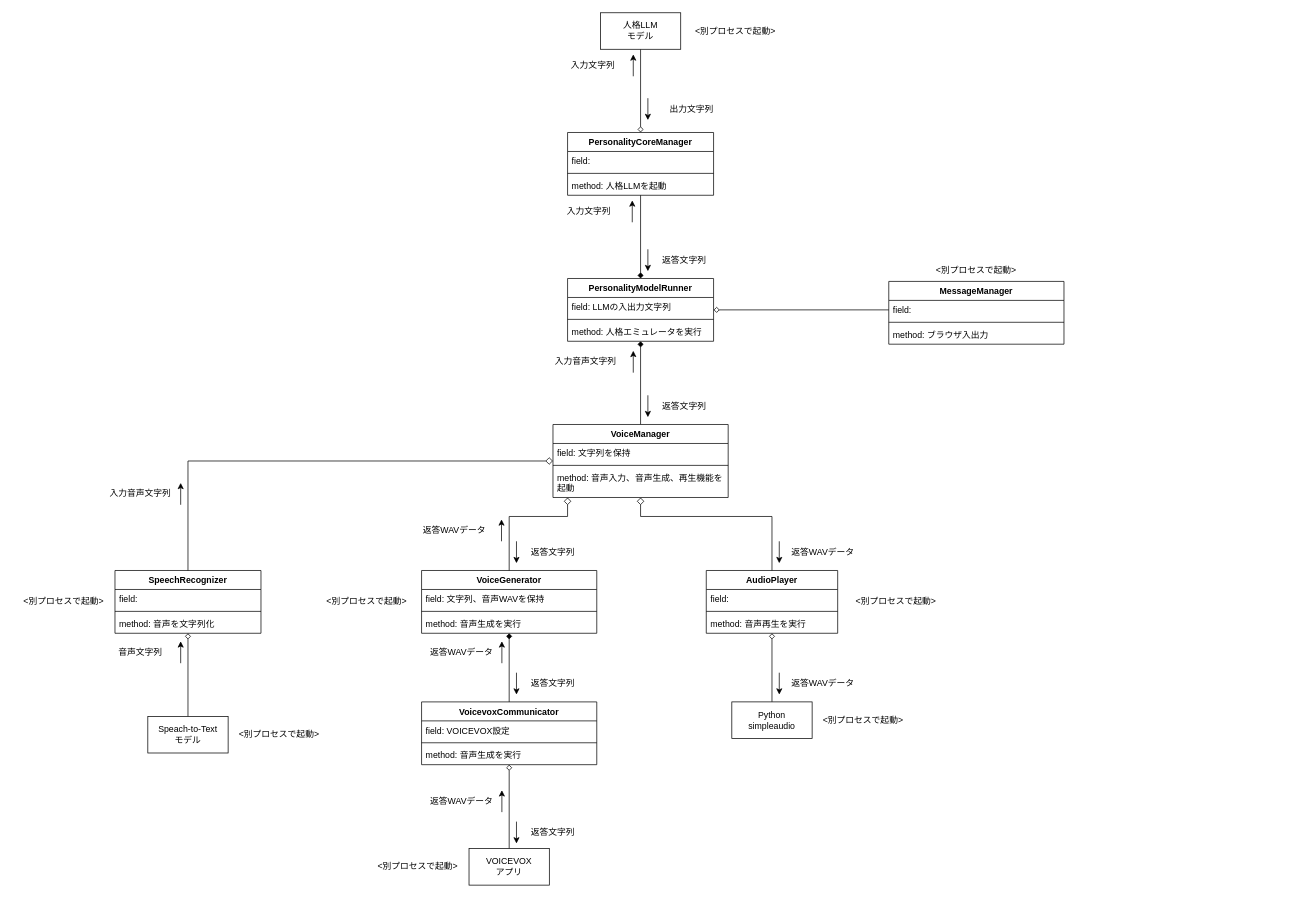
This is page "概要クラス図_現状" (3 of 3) of document/system/architecture.drawio from CodeneAria/PersonalityEmulator, a draw.io file, before an edit. Source tidied: cells renumbered, new cells numbered last; positions are measured from the earlier drawing's top-left corner, leaving out a move shared by most shapes. Both pictures are drawn from the tidied source at 73%, with x=0, y=0 at pixel (12, 12).
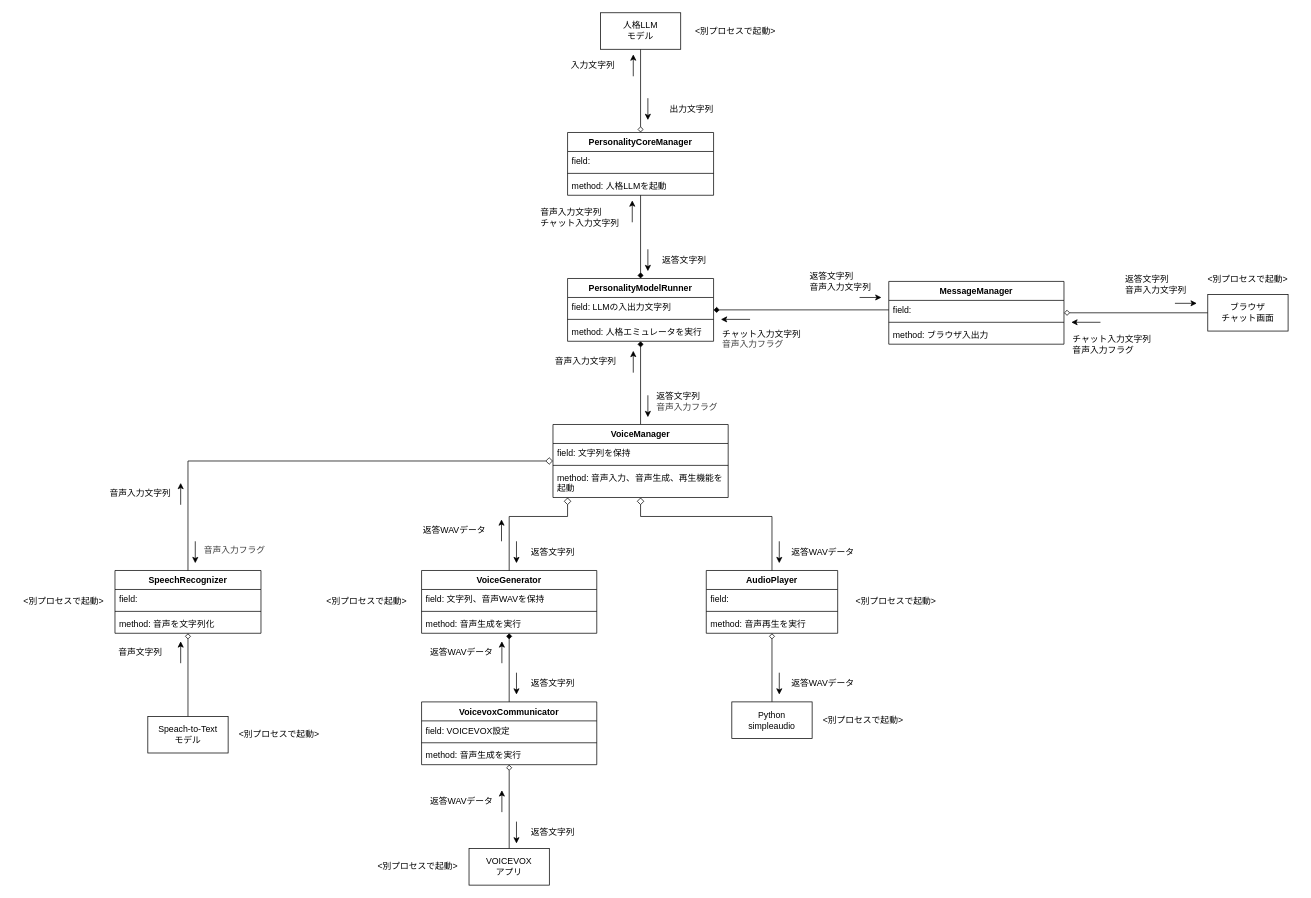
The same diagram, later.

Commit message:
Update architecture diagram to reflect changes in voice input handling and message flow

Unchanged cells that the change refers to:
```xml
<mxCell id="2" value="PersonalityModelRunner" style="swimlane;fontStyle=1;align=center;verticalAlign=top;horizontal=1;startSize=26;whiteSpace=wrap;html=1;" parent="1" vertex="1">
  <mxGeometry x="760" y="364" width="200" height="86" as="geometry" />
</mxCell>
<mxCell id="83" value="MessageManager" style="swimlane;fontStyle=1;align=center;verticalAlign=top;horizontal=1;startSize=26;whiteSpace=wrap;html=1;" parent="1" vertex="1">
  <mxGeometry x="1200" y="368" width="240" height="86" as="geometry" />
</mxCell>
<mxCell id="84" value="field:" style="text;strokeColor=none;fillColor=none;align=left;verticalAlign=top;spacingLeft=4;spacingRight=4;overflow=hidden;points=[[0,0.5],[1,0.5]];portConstraint=eastwest;whiteSpace=wrap;html=1;" parent="83" vertex="1">
  <mxGeometry y="26" width="240" height="26" as="geometry" />
</mxCell>
```

Diff of the diagram source:
```diff
@@
-    <mxCell id="23" value="返答文字列" style="text;html=1;align=center;verticalAlign=middle;whiteSpace=wrap;rounded=0;" parent="1" vertex="1">
-      <mxGeometry x="880" y="524" width="80" height="30" as="geometry" />
+    <mxCell id="23" value="返答文字列&lt;br&gt;&lt;span style=&quot;color: rgb(63, 63, 63);&quot;&gt;音声入力フラグ&lt;/span&gt;" style="text;html=1;align=left;verticalAlign=middle;whiteSpace=wrap;rounded=0;" parent="1" vertex="1">
+      <mxGeometry x="880" y="510" width="130" height="44" as="geometry" />
     </mxCell>
@@
-    <mxCell id="72" value="入力音声文字列" style="text;html=1;align=center;verticalAlign=middle;whiteSpace=wrap;rounded=0;" parent="1" vertex="1">
+    <mxCell id="72" value="音声入力文字列" style="text;html=1;align=center;verticalAlign=middle;whiteSpace=wrap;rounded=0;" parent="1" vertex="1">
       <mxGeometry x="730" y="463" width="110" height="30" as="geometry" />
     </mxCell>
@@
-    <mxCell id="74" value="入力文字列" style="text;html=1;align=center;verticalAlign=middle;whiteSpace=wrap;rounded=0;" parent="1" vertex="1">
-      <mxGeometry x="740" y="257" width="98.6" height="30" as="geometry" />
+    <mxCell id="74" value="&lt;span style=&quot;color: rgb(0, 0, 0); scrollbar-color: rgb(226, 226, 226) rgb(251, 251, 251); text-align: center;&quot;&gt;音声&lt;/span&gt;&lt;span style=&quot;color: rgb(0, 0, 0); scrollbar-color: rgb(226, 226, 226) rgb(251, 251, 251); text-align: center;&quot;&gt;入力文字列&lt;/span&gt;&lt;br&gt;&lt;div&gt;&lt;span style=&quot;color: rgb(0, 0, 0);&quot;&gt;チャット入力文字列&lt;/span&gt;&lt;/div&gt;" style="text;html=1;align=left;verticalAlign=middle;whiteSpace=wrap;rounded=0;" parent="1" vertex="1">
+      <mxGeometry x="720.7" y="260" width="128.6" height="40" as="geometry" />
     </mxCell>
@@
-    <mxCell id="82" value="&lt;span style=&quot;color: rgb(0, 0, 0);&quot;&gt;入力音声文字列&lt;/span&gt;" style="text;html=1;align=center;verticalAlign=middle;whiteSpace=wrap;rounded=0;" parent="1" vertex="1">
+    <mxCell id="82" value="&lt;span style=&quot;color: rgb(0, 0, 0);&quot;&gt;音声&lt;/span&gt;&lt;span style=&quot;color: rgb(0, 0, 0);&quot;&gt;入力文字列&lt;/span&gt;" style="text;html=1;align=center;verticalAlign=middle;whiteSpace=wrap;rounded=0;" parent="1" vertex="1">
       <mxGeometry x="120" y="644" width="110" height="30" as="geometry" />
     </mxCell>
@@
-    <mxCell id="87" style="edgeStyle=none;html=1;exitX=0;exitY=0.5;exitDx=0;exitDy=0;endArrow=diamond;endFill=0;" parent="1" edge="1" source="84" target="2">
+    <mxCell id="87" style="edgeStyle=none;html=1;exitX=0;exitY=0.5;exitDx=0;exitDy=0;endArrow=diamond;endFill=1;" parent="1" edge="1" source="84" target="2">
       <mxGeometry relative="1" as="geometry" />
     </mxCell>
     <mxCell id="88" value="&amp;lt;別プロセスで起動&amp;gt;" style="text;html=1;align=center;verticalAlign=middle;whiteSpace=wrap;rounded=0;" parent="1" vertex="1">
-      <mxGeometry x="1250" y="338" width="140" height="30" as="geometry" />
+      <mxGeometry x="1622" y="350" width="140" height="30" as="geometry" />
     </mxCell>
+    <mxCell id="89" style="edgeStyle=none;html=1;exitX=0;exitY=0.5;exitDx=0;exitDy=0;endArrow=diamond;endFill=0;" parent="1" edge="1" source="90" target="83">
+      <mxGeometry relative="1" as="geometry" />
+    </mxCell>
+    <mxCell id="90" value="ブラウザ&lt;div&gt;チャット画面&lt;/div&gt;" style="html=1;whiteSpace=wrap;" parent="1" vertex="1">
+      <mxGeometry x="1637" y="386" width="110" height="50" as="geometry" />
+    </mxCell>
+    <mxCell id="91" style="endArrow=classic;html=1;" parent="1" edge="1">
+      <mxGeometry relative="1" as="geometry">
+        <mxPoint x="1160" y="390" as="sourcePoint" />
+        <mxPoint x="1190" y="390" as="targetPoint" />
+      </mxGeometry>
+    </mxCell>
+    <mxCell id="92" value="返答文字列&lt;div&gt;&lt;span style=&quot;color: rgb(0, 0, 0); text-align: center;&quot;&gt;音声入力文字列&lt;/span&gt;&lt;/div&gt;" style="text;html=1;align=left;verticalAlign=middle;whiteSpace=wrap;rounded=0;" parent="1" vertex="1">
+      <mxGeometry x="1090" y="350" width="100" height="36" as="geometry" />
+    </mxCell>
+    <mxCell id="93" style="endArrow=classic;html=1;" parent="1" edge="1">
+      <mxGeometry relative="1" as="geometry">
+        <mxPoint x="1010" y="420" as="sourcePoint" />
+        <mxPoint x="970" y="420" as="targetPoint" />
+      </mxGeometry>
+    </mxCell>
+    <mxCell id="94" value="チャット入力文字列&lt;div&gt;&lt;span style=&quot;color: rgb(63, 63, 63);&quot;&gt;音声入力フラグ&lt;/span&gt;&lt;/div&gt;" style="text;html=1;align=left;verticalAlign=middle;whiteSpace=wrap;rounded=0;" parent="1" vertex="1">
+      <mxGeometry x="970" y="424" width="120" height="46" as="geometry" />
+    </mxCell>
+    <mxCell id="95" style="endArrow=classic;html=1;" parent="1" edge="1">
+      <mxGeometry relative="1" as="geometry">
+        <mxPoint x="1592" y="398" as="sourcePoint" />
+        <mxPoint x="1622" y="398" as="targetPoint" />
+      </mxGeometry>
+    </mxCell>
+    <mxCell id="96" style="endArrow=classic;html=1;" parent="1" edge="1">
+      <mxGeometry relative="1" as="geometry">
+        <mxPoint x="1490" y="424" as="sourcePoint" />
+        <mxPoint x="1450" y="424" as="targetPoint" />
+      </mxGeometry>
+    </mxCell>
+    <mxCell id="97" value="チャット入力文字列&lt;div&gt;音声入力フラグ&lt;/div&gt;" style="text;html=1;align=left;verticalAlign=middle;whiteSpace=wrap;rounded=0;" parent="1" vertex="1">
+      <mxGeometry x="1450" y="428" width="120" height="52" as="geometry" />
+    </mxCell>
+    <mxCell id="98" value="返答文字列&lt;div&gt;&lt;span style=&quot;color: rgb(0, 0, 0); text-align: center;&quot;&gt;音声入力文字列&lt;/span&gt;&lt;/div&gt;" style="text;html=1;align=left;verticalAlign=middle;whiteSpace=wrap;rounded=0;" parent="1" vertex="1">
+      <mxGeometry x="1522" y="354" width="100" height="36" as="geometry" />
+    </mxCell>
+    <mxCell id="99" value="&lt;span style=&quot;color: rgb(63, 63, 63);&quot;&gt;音声入力フラグ&lt;/span&gt;" style="text;html=1;align=left;verticalAlign=middle;whiteSpace=wrap;rounded=0;" parent="1" vertex="1">
+      <mxGeometry x="260" y="720" width="130" height="34" as="geometry" />
+    </mxCell>
+    <mxCell id="100" style="endArrow=classic;html=1;" parent="1" edge="1">
+      <mxGeometry relative="1" as="geometry">
+        <mxPoint x="250" y="724" as="sourcePoint" />
+        <mxPoint x="250" y="754" as="targetPoint" />
+      </mxGeometry>
+    </mxCell>
```
